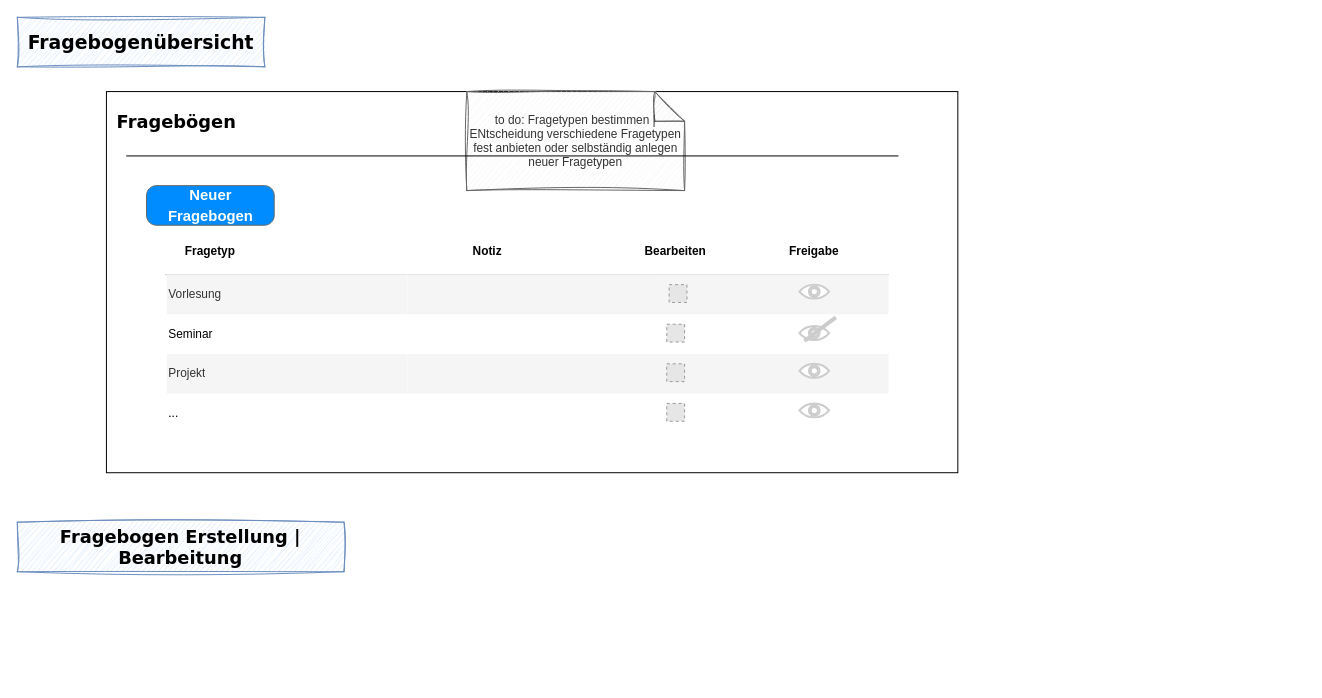
Above: page "Fragebögen" (2 of 2) of Unbenanntes Diagramm.drawio in LeleNe/Lehrevaluation (draw.io), before the change. Source tidied: cells renumbered, new cells numbered last; positions are measured from the earlier drawing's top-left corner, leaving out a move shared by most shapes. Both pictures are drawn from the tidied source at 99%, with x=0, y=0 at pixel (17, 17). Pictures stored in the file or linked from it are replaced by grey dashed boxes.
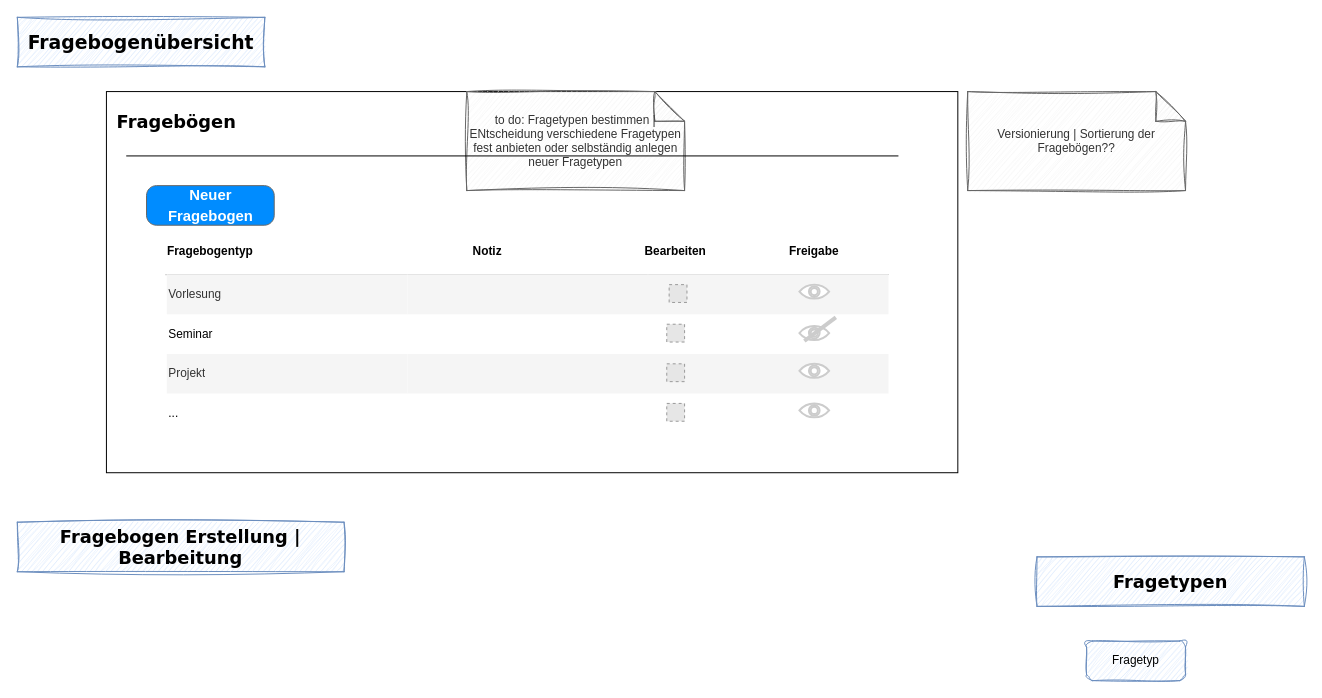
The same page after the edit.

What changed in the source:
```diff
@@
-    <mxCell id="4" value="Fragetyp" style="text;html=1;align=center;verticalAlign=middle;whiteSpace=wrap;rounded=0;fontStyle=1;" parent="1" vertex="1">
+    <mxCell id="4" value="Fragebogentyp" style="text;html=1;align=center;verticalAlign=middle;whiteSpace=wrap;rounded=0;fontStyle=1;" parent="1" vertex="1">
       <mxGeometry x="160" y="220" width="70" height="34" as="geometry" />
     </mxCell>
@@
+    <mxCell id="40" value="Fragetyp" style="rounded=1;whiteSpace=wrap;html=1;fillColor=#dae8fc;strokeColor=#6c8ebf;sketch=1;curveFitting=1;jiggle=2;" parent="1" vertex="1">
+      <mxGeometry x="1080" y="630" width="100" height="40" as="geometry" />
+    </mxCell>
+    <mxCell id="41" value="&lt;font face=&quot;Verdana&quot; style=&quot;font-size: 18px;&quot;&gt;&lt;b&gt;Fragetypen&lt;/b&gt;&lt;/font&gt;" style="rounded=0;whiteSpace=wrap;html=1;fillColor=#dae8fc;strokeColor=#6c8ebf;sketch=1;curveFitting=1;jiggle=2;" parent="1" vertex="1">
+      <mxGeometry x="1030" y="545" width="270" height="50" as="geometry" />
+    </mxCell>
+    <mxCell id="42" value="Versionierung | Sortierung der Fragebögen??" style="shape=note;whiteSpace=wrap;html=1;backgroundOutline=1;darkOpacity=0.05;fillColor=#f5f5f5;strokeColor=#666666;fontColor=#333333;sketch=1;curveFitting=1;jiggle=2;" parent="1" vertex="1">
+      <mxGeometry x="960" y="75" width="220" height="100" as="geometry" />
+    </mxCell>
```
